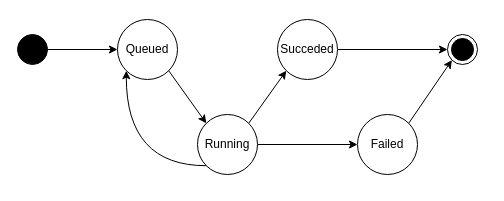
Before: Paper/drawio/statusmodell.drawio in murfei/FaultTolerantJobProcessing, a draw.io diagram. Source tidied: cells renumbered, new cells numbered last; positions are measured from the earlier drawing's top-left corner, leaving out a move shared by most shapes. Both pictures are drawn from the tidied source at 100%, with x=0, y=0 at pixel (17, 19).
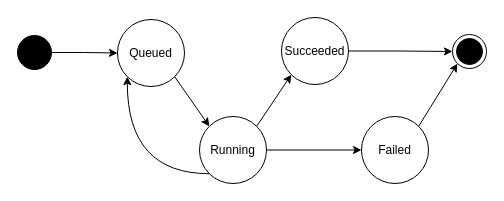
After the change.

Change to the diagram source:
```diff
@@
 <mxGraphModel>
   <root>
     <mxCell id="0" />
     <mxCell id="1" parent="0" />
     <mxCell id="2" value="Queued" style="shape=ellipse;html=1;dashed=0;whiteSpace=wrap;perimeter=ellipsePerimeter;" parent="1" vertex="1">
-      <mxGeometry x="100" width="60" height="60" as="geometry" />
+      <mxGeometry x="100" width="67" height="67" as="geometry" />
     </mxCell>
     <mxCell id="3" style="ellipse;html=1;shape=endState;fillColor=strokeColor;" parent="1" vertex="1">
-      <mxGeometry x="430" y="15" width="30" height="30" as="geometry" />
+      <mxGeometry x="435" y="15" width="34" height="34" as="geometry" />
     </mxCell>
     <mxCell id="4" style="edgeStyle=orthogonalEdgeStyle;rounded=0;jettySize=auto;html=1;exitX=1;exitY=0.5;exitDx=0;exitDy=0;" parent="1" edge="1" source="5" target="2">
       <mxGeometry relative="1" as="geometry" />
     </mxCell>
     <mxCell id="5" style="ellipse;fillColor=strokeColor;html=1;" parent="1" vertex="1">
-      <mxGeometry y="15" width="30" height="30" as="geometry" />
+      <mxGeometry y="16" width="34" height="34" as="geometry" />
     </mxCell>
     <mxCell id="6" style="rounded=0;jettySize=auto;html=1;entryX=0;entryY=1;entryDx=0;entryDy=0;exitX=1;exitY=0;exitDx=0;exitDy=0;" parent="1" edge="1" source="9" target="11">
       <mxGeometry relative="1" as="geometry" />
     </mxCell>
     <mxCell id="7" style="edgeStyle=orthogonalEdgeStyle;rounded=0;jettySize=auto;html=1;exitX=1;exitY=0.5;exitDx=0;exitDy=0;entryX=0;entryY=0.5;entryDx=0;entryDy=0;" parent="1" edge="1" source="9" target="13">
       <mxGeometry relative="1" as="geometry" />
     </mxCell>
     <mxCell id="8" style="edgeStyle=orthogonalEdgeStyle;rounded=0;jettySize=auto;html=1;exitX=0;exitY=1;exitDx=0;exitDy=0;entryX=0;entryY=1;entryDx=0;entryDy=0;curved=1;" parent="1" edge="1" source="9" target="2">
       <mxGeometry relative="1" as="geometry" />
     </mxCell>
     <mxCell id="9" value="Running" style="shape=ellipse;html=1;dashed=0;whiteSpace=wrap;perimeter=ellipsePerimeter;" parent="1" vertex="1">
-      <mxGeometry x="180" y="95" width="60" height="60" as="geometry" />
+      <mxGeometry x="182" y="97" width="67" height="67" as="geometry" />
     </mxCell>
     <mxCell id="10" style="edgeStyle=orthogonalEdgeStyle;rounded=0;jettySize=auto;html=1;exitX=1;exitY=0.5;exitDx=0;exitDy=0;entryX=0;entryY=0.5;entryDx=0;entryDy=0;" parent="1" edge="1" source="11" target="3">
       <mxGeometry relative="1" as="geometry" />
     </mxCell>
-    <mxCell id="11" value="Succeded" style="shape=ellipse;html=1;dashed=0;whiteSpace=wrap;perimeter=ellipsePerimeter;" parent="1" vertex="1">
-      <mxGeometry x="260" width="60" height="60" as="geometry" />
+    <mxCell id="11" value="Succeeded" style="shape=ellipse;html=1;dashed=0;whiteSpace=wrap;perimeter=ellipsePerimeter;" parent="1" vertex="1">
+      <mxGeometry x="264" y="-2" width="67" height="67" as="geometry" />
     </mxCell>
     <mxCell id="12" style="rounded=0;jettySize=auto;html=1;exitX=1;exitY=0;exitDx=0;exitDy=0;entryX=0;entryY=1;entryDx=0;entryDy=0;" parent="1" edge="1" source="13" target="3">
       <mxGeometry relative="1" as="geometry" />
     </mxCell>
-    <mxCell id="13" value="Failed" style="shape=ellipse;html=1;dashed=0;whiteSpace=wrap;perimeter=ellipsePerimeter;" parent="1" vertex="1">
-      <mxGeometry x="340" y="95" width="60" height="60" as="geometry" />
+    <mxCell id="13" value="Failed" style="shape=ellipse;html=1;dashed=0;whiteSpace=wrap;perimeter=ellipsePerimeter;centerRadius=0;" parent="1" vertex="1">
+      <mxGeometry x="344" y="97" width="67" height="67" as="geometry" />
     </mxCell>
     <mxCell id="14" style="rounded=0;jettySize=auto;html=1;entryX=0;entryY=0;entryDx=0;entryDy=0;exitX=1;exitY=1;exitDx=0;exitDy=0;" parent="1" edge="1" source="2" target="9">
       <mxGeometry relative="1" as="geometry" />
     </mxCell>
   </root>
 </mxGraphModel>
```
